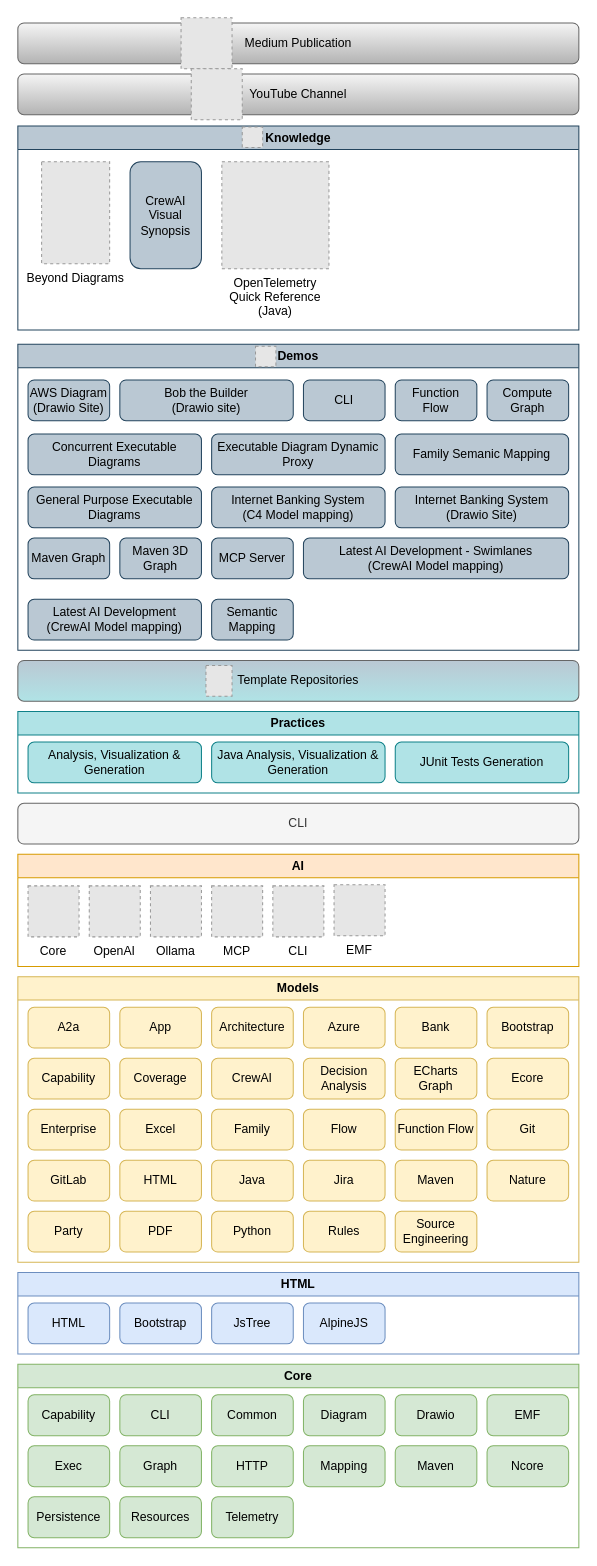
The draw.io diagram model/nasdanika.drawio in Nasdanika/nasdanika.github.io, before the edit. Source tidied: cells renumbered, new cells numbered last; positions are measured from the earlier drawing's top-left corner, leaving out a move shared by most shapes. Both pictures are drawn from the tidied source at 102%, with x=0, y=0 at pixel (17, 17). Pictures stored in the file or linked from it are replaced by grey dashed boxes.
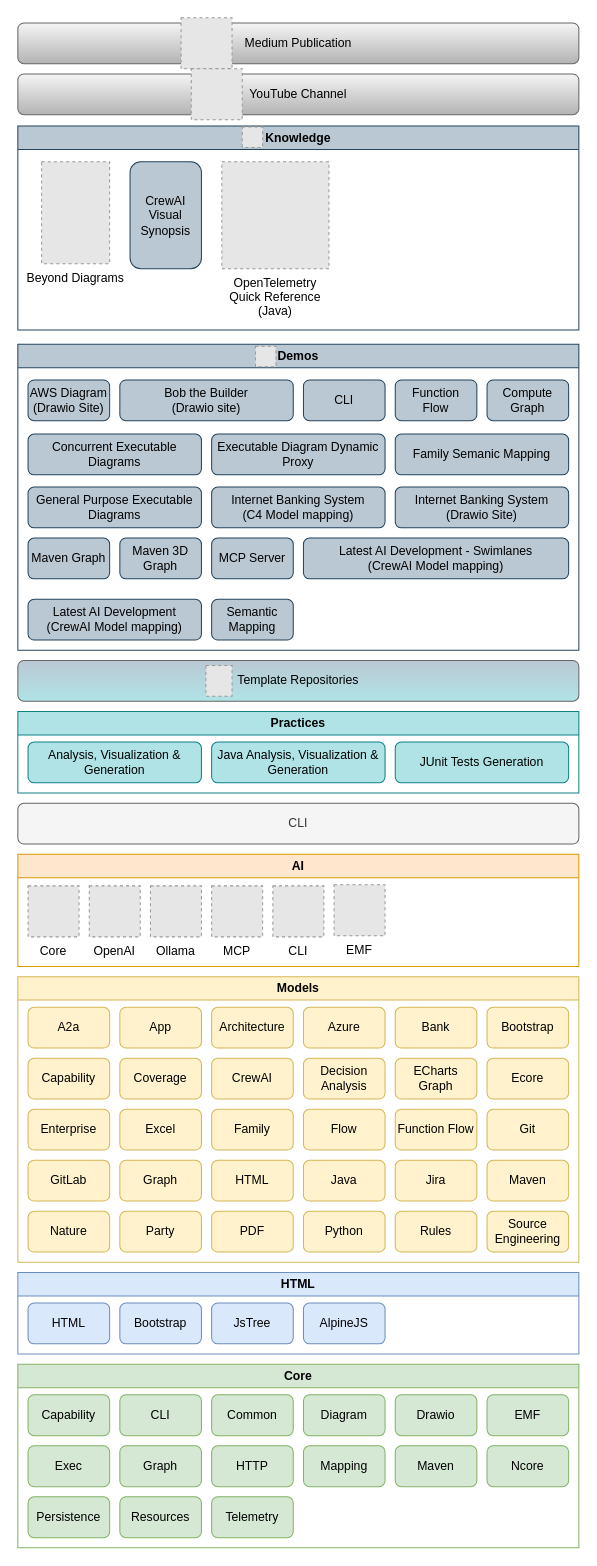
Above is the later version.

Commit message:
Graph model

The change refers to these unchanged cells:
```xml
<mxCell id="23" value="Models" style="swimlane;whiteSpace=wrap;html=1;fillColor=#fff2cc;strokeColor=#d6b656;" parent="1" vertex="1">
  <mxGeometry y="940" width="550" height="280" as="geometry" />
</mxCell>
```

The edit, as a diff of the source:
```diff
@@
     <mxCell id="29" value="Nature" style="rounded=1;whiteSpace=wrap;html=1;fillColor=#fff2cc;strokeColor=#d6b656;" parent="23" vertex="1">
-      <mxGeometry x="460" y="180" width="80" height="40" as="geometry" />
+      <mxGeometry x="10" y="230" width="80" height="40" as="geometry" />
     </mxCell>
@@
     <mxCell id="31" value="PDF" style="rounded=1;whiteSpace=wrap;html=1;fillColor=#fff2cc;strokeColor=#d6b656;" parent="23" vertex="1">
-      <mxGeometry x="100" y="230" width="80" height="40" as="geometry" />
+      <mxGeometry x="190" y="230" width="80" height="40" as="geometry" />
     </mxCell>
     <mxCell id="32" value="Party" style="rounded=1;whiteSpace=wrap;html=1;fillColor=#fff2cc;strokeColor=#d6b656;" parent="23" vertex="1">
-      <mxGeometry x="10" y="230" width="80" height="40" as="geometry" />
+      <mxGeometry x="100" y="230" width="80" height="40" as="geometry" />
     </mxCell>
     <mxCell id="33" value="Source&lt;div&gt;Engineering&lt;/div&gt;" style="rounded=1;whiteSpace=wrap;html=1;fillColor=#fff2cc;strokeColor=#d6b656;" parent="23" vertex="1">
-      <mxGeometry x="370" y="230" width="80" height="40" as="geometry" />
+      <mxGeometry x="460" y="230" width="80" height="40" as="geometry" />
     </mxCell>
     <mxCell id="34" value="Java" style="rounded=1;whiteSpace=wrap;html=1;fillColor=#fff2cc;strokeColor=#d6b656;" parent="23" vertex="1">
-      <mxGeometry x="190" y="180" width="80" height="40" as="geometry" />
+      <mxGeometry x="280" y="180" width="80" height="40" as="geometry" />
     </mxCell>
     <mxCell id="35" value="Maven" style="rounded=1;whiteSpace=wrap;html=1;fillColor=#fff2cc;strokeColor=#d6b656;" parent="23" vertex="1">
-      <mxGeometry x="370" y="180" width="80" height="40" as="geometry" />
+      <mxGeometry x="460" y="180" width="80" height="40" as="geometry" />
     </mxCell>
@@
     <mxCell id="38" value="Rules" style="rounded=1;whiteSpace=wrap;html=1;fillColor=#fff2cc;strokeColor=#d6b656;" parent="23" vertex="1">
-      <mxGeometry x="280" y="230" width="80" height="40" as="geometry" />
+      <mxGeometry x="370" y="230" width="80" height="40" as="geometry" />
     </mxCell>
@@
     <mxCell id="41" value="Jira" style="rounded=1;whiteSpace=wrap;html=1;fillColor=#fff2cc;strokeColor=#d6b656;" parent="23" vertex="1">
-      <mxGeometry x="280" y="180" width="80" height="40" as="geometry" />
+      <mxGeometry x="370" y="180" width="80" height="40" as="geometry" />
     </mxCell>
@@
     <mxCell id="49" value="HTML" style="rounded=1;whiteSpace=wrap;html=1;fillColor=#fff2cc;strokeColor=#d6b656;" parent="23" vertex="1">
-      <mxGeometry x="100" y="180" width="80" height="40" as="geometry" />
+      <mxGeometry x="190" y="180" width="80" height="40" as="geometry" />
     </mxCell>
@@
     <mxCell id="51" value="Python" style="rounded=1;whiteSpace=wrap;html=1;fillColor=#fff2cc;strokeColor=#d6b656;" parent="23" vertex="1">
-      <mxGeometry x="190" y="230" width="80" height="40" as="geometry" />
+      <mxGeometry x="280" y="230" width="80" height="40" as="geometry" />
     </mxCell>
@@
+    <mxCell id="95" value="Graph" style="rounded=1;whiteSpace=wrap;html=1;fillColor=#fff2cc;strokeColor=#d6b656;" parent="23" vertex="1">
+      <mxGeometry x="100" y="180" width="80" height="40" as="geometry" />
+    </mxCell>
```
